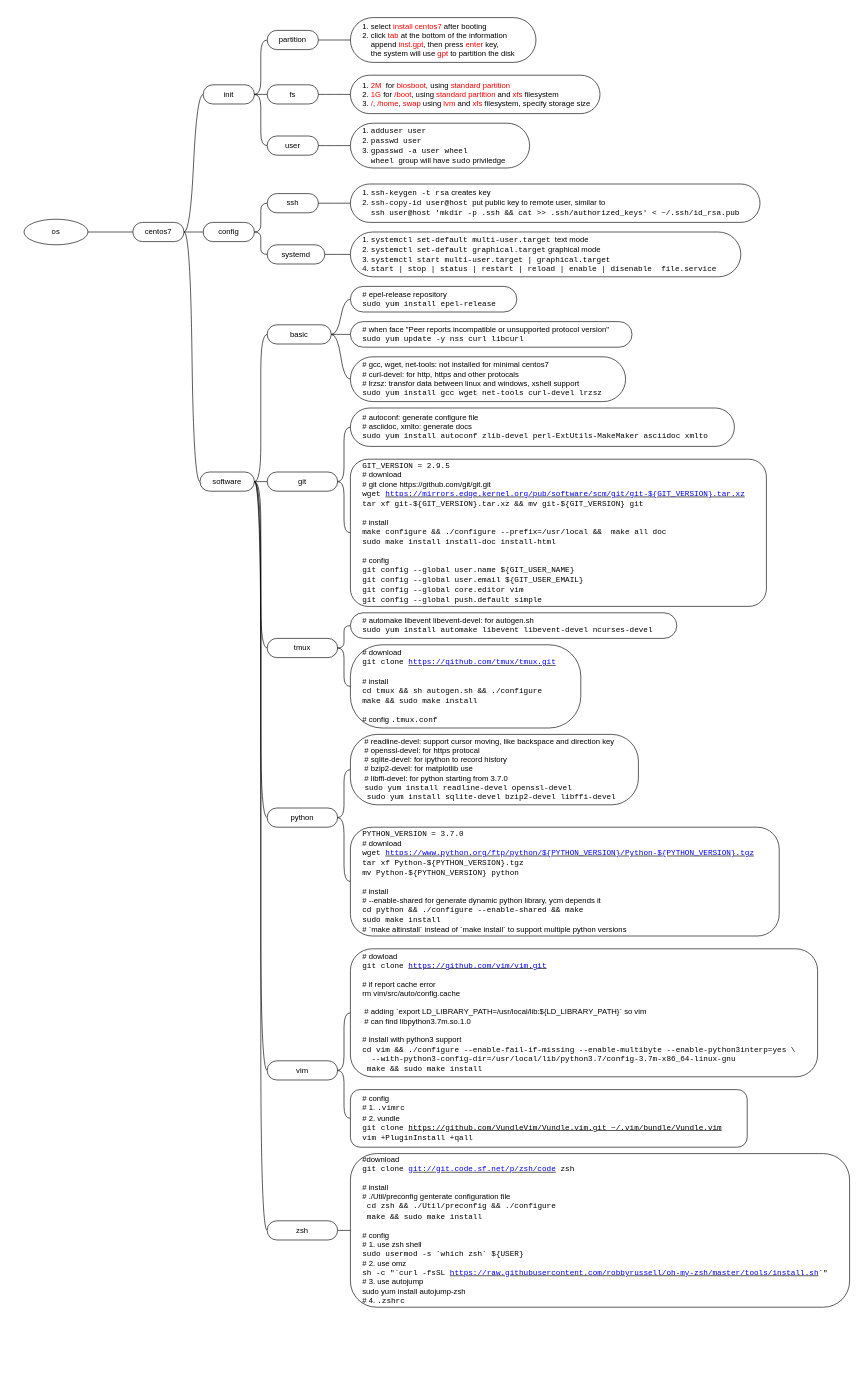
Earlier version of the draw.io diagram infra/os/os.drawio (yangdj/tf_docs). Source tidied: cells renumbered, new cells numbered last; positions are measured from the earlier drawing's top-left corner, leaving out a move shared by most shapes. Both pictures are drawn from the tidied source at 64%, with x=0, y=0 at pixel (11, 11).
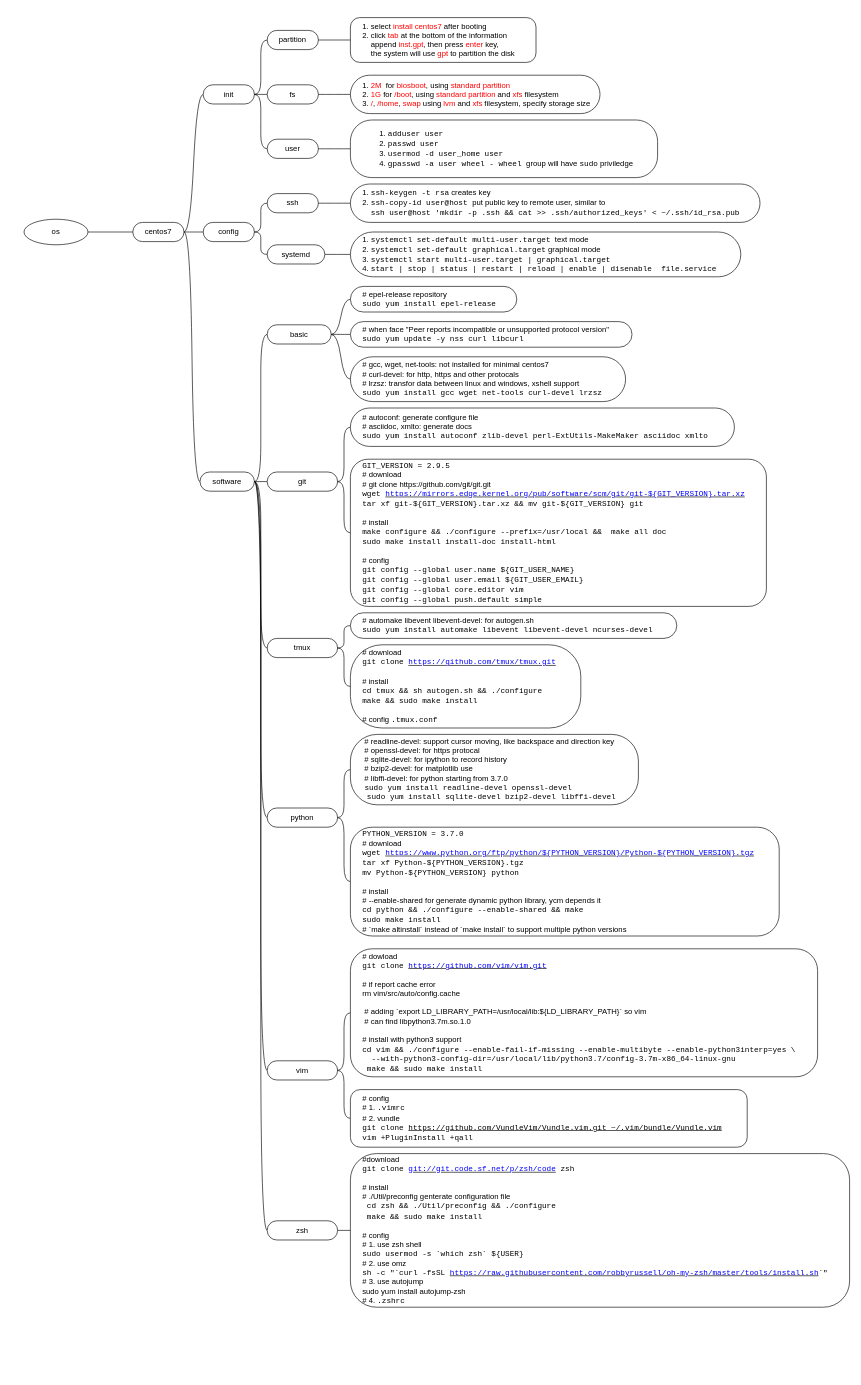
After the change.

Unchanged cells that the change refers to:
```xml
<mxCell id="2" style="swimlane;html=1;startSize=20;horizontal=1;containerType=tree;strokeColor=none;fillColor=none;align=left;spacingLeft=4;fontStyle=0;" parent="1" vertex="1">
  <mxGeometry width="1310" height="2130" as="geometry" />
</mxCell>
```

Diff of the diagram source:
```diff
@@
-    <mxCell id="11" value="1. select &lt;font color=&quot;#ff0000&quot;&gt;install centos7&lt;/font&gt; after booting&lt;br&gt;2. click &lt;font color=&quot;#ff0000&quot;&gt;tab&lt;/font&gt;&amp;nbsp;at the bottom of the information&lt;br&gt;&amp;nbsp; &amp;nbsp; append &lt;font color=&quot;#ff0000&quot;&gt;inst.gpt&lt;/font&gt;, then press &lt;font color=&quot;#ff0000&quot;&gt;enter&lt;/font&gt;&amp;nbsp;key, &lt;br&gt;&amp;nbsp; &amp;nbsp; the system will use &lt;font color=&quot;#ff0000&quot;&gt;gpt&lt;/font&gt;&amp;nbsp;to partition the disk" style="whiteSpace=wrap;html=1;rounded=1;arcSize=50;align=left;verticalAlign=middle;strokeWidth=1;spacing=4;spacingLeft=15;" parent="2" vertex="1">
+    <mxCell id="11" value="1. select &lt;font color=&quot;#ff0000&quot;&gt;install centos7&lt;/font&gt; after booting&lt;br&gt;2. click &lt;font color=&quot;#ff0000&quot;&gt;tab&lt;/font&gt;&amp;nbsp;at the bottom of the information&lt;br&gt;&amp;nbsp; &amp;nbsp; append &lt;font color=&quot;#ff0000&quot;&gt;inst.gpt&lt;/font&gt;, then press &lt;font color=&quot;#ff0000&quot;&gt;enter&lt;/font&gt;&amp;nbsp;key, &lt;br&gt;&amp;nbsp; &amp;nbsp; the system will use &lt;font color=&quot;#ff0000&quot;&gt;gpt&lt;/font&gt;&amp;nbsp;to partition the disk" style="whiteSpace=wrap;html=1;rounded=1;arcSize=21;align=left;verticalAlign=middle;strokeWidth=1;spacing=4;spacingLeft=15;" parent="2" vertex="1">
       <mxGeometry x="530" y="10" width="290" height="70" as="geometry" />
     </mxCell>
@@
     <mxCell id="17" value="user" style="whiteSpace=wrap;html=1;rounded=1;arcSize=50;align=center;verticalAlign=middle;strokeWidth=1;spacing=4;" parent="2" vertex="1">
-      <mxGeometry x="400" y="195" width="80" height="30" as="geometry" />
+      <mxGeometry x="400" y="200" width="80" height="30" as="geometry" />
     </mxCell>
@@
-    <mxCell id="19" value="1. &lt;font face=&quot;Courier New&quot;&gt;adduser user&lt;/font&gt;&lt;br&gt;2. &lt;font face=&quot;Courier New&quot;&gt;passwd user&lt;/font&gt;&lt;br&gt;3. &lt;font face=&quot;Courier New&quot;&gt;gpasswd -a user wheel&lt;/font&gt;&lt;br&gt;&amp;nbsp; &amp;nbsp; &lt;font face=&quot;Courier New&quot;&gt;wheel &lt;/font&gt;group will have &lt;font face=&quot;Courier New&quot;&gt;sudo&lt;/font&gt; priviledge" style="whiteSpace=wrap;html=1;rounded=1;arcSize=50;align=left;verticalAlign=middle;strokeWidth=1;spacing=4;spacingLeft=15;" parent="2" vertex="1">
-      <mxGeometry x="530" y="175" width="280" height="70" as="geometry" />
+    <mxCell id="19" value="&lt;ol&gt;&lt;li&gt;&lt;font face=&quot;Courier New&quot;&gt;adduser user&lt;/font&gt;&lt;/li&gt;&lt;li&gt;&lt;font face=&quot;Courier New&quot;&gt;passwd user&lt;/font&gt;&lt;/li&gt;&lt;li&gt;&lt;font face=&quot;Courier New&quot;&gt;usermod -d user_home user&lt;/font&gt;&lt;/li&gt;&lt;li&gt;&lt;font face=&quot;Courier New&quot;&gt;gpasswd -a user wheel -&amp;nbsp;&lt;/font&gt;&lt;font face=&quot;Courier New&quot;&gt;wheel &lt;/font&gt;&lt;span&gt;group will have &lt;/span&gt;&lt;font face=&quot;Courier New&quot;&gt;sudo&lt;/font&gt;&lt;span&gt; priviledge&lt;/span&gt;&lt;/li&gt;&lt;/ol&gt;" style="whiteSpace=wrap;html=1;rounded=1;arcSize=37;align=left;verticalAlign=middle;strokeWidth=1;spacing=4;spacingLeft=15;" parent="2" vertex="1">
+      <mxGeometry x="530" y="170" width="480" height="90" as="geometry" />
     </mxCell>
```
